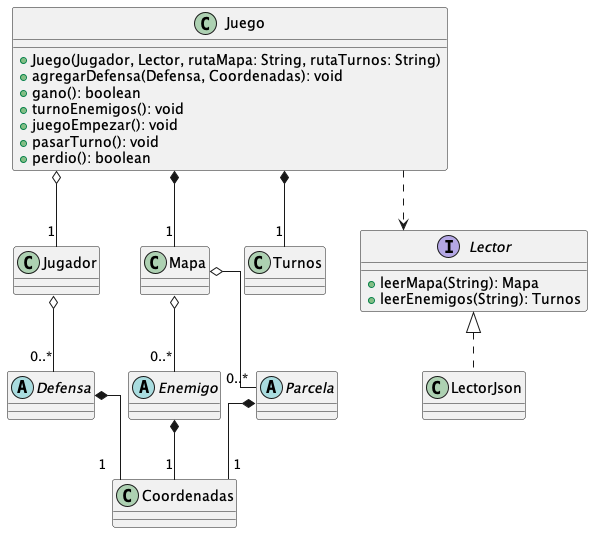
Above: diagrams/classes/general.png in franzimbi/algo3_tp2 (PlantUML), before the change.
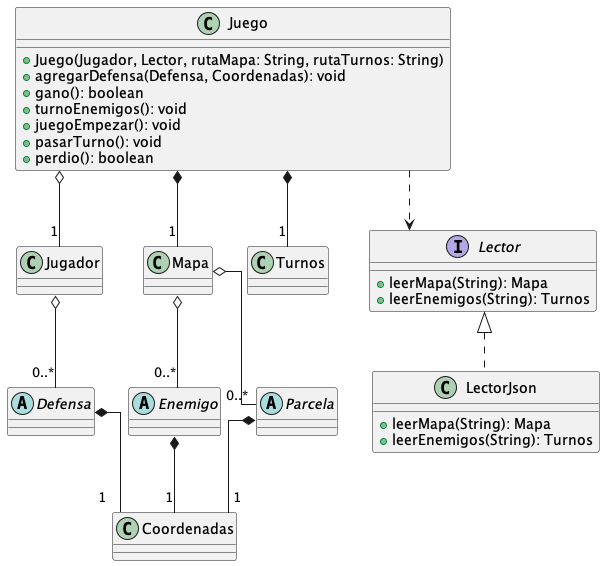
Later version of the same file.

What changed in the source:
```diff
@@ -29,7 +29,10 @@
     +leerMapa(String): Mapa
     +leerEnemigos(String): Turnos
 }
-class LectorJson
+class LectorJson{
+    +leerMapa(String): Mapa
+    +leerEnemigos(String): Turnos
+    }
 
 Juego ..> Lector
 Lector <|.. LectorJson
```
